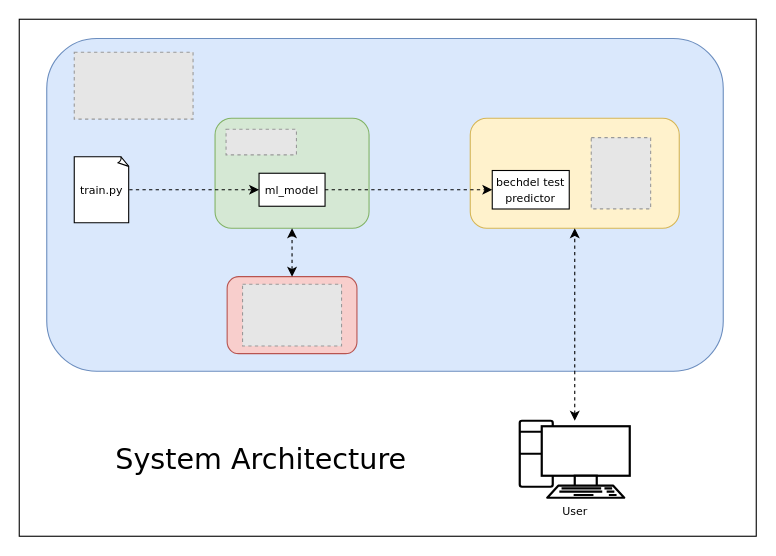
Earlier version of the draw.io diagram docs/diagrams/system_diagram.drawio (nedwebster/bechdel-test-predictor). Source tidied: cells renumbered, new cells numbered last; positions are measured from the earlier drawing's top-left corner, leaving out a move shared by most shapes. Both pictures are drawn from the tidied source at 110%, with x=0, y=0 at pixel (19, 19). Pictures stored in the file or linked from it are replaced by grey dashed boxes.
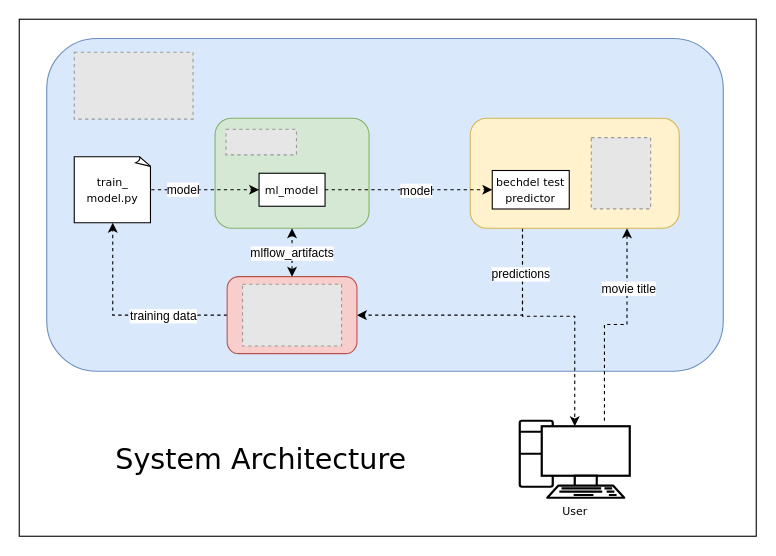
Above is the later version.

Commit message (it also covers changes not shown here):
add logging of model predictions

Unchanged cells that the change refers to:
```xml
<mxCell id="9" style="edgeStyle=none;html=1;entryX=0;entryY=0.5;entryDx=0;entryDy=0;fontSize=10;fontColor=#000000;dashed=1;" parent="1" edge="1" source="5" target="8">
  <mxGeometry relative="1" as="geometry" />
</mxCell>
<mxCell id="10" style="rounded=1;whiteSpace=wrap;html=1;fillColor=#fff2cc;strokeColor=#d6b656;" parent="1" vertex="1">
  <mxGeometry x="410" y="90" width="190" height="100" as="geometry" />
</mxCell>
<mxCell id="13" style="edgeStyle=none;html=1;entryX=0;entryY=0.5;entryDx=0;entryDy=0;dashed=1;fontSize=10;fontColor=#000000;" parent="1" edge="1" source="8" target="12">
  <mxGeometry relative="1" as="geometry" />
</mxCell>
<mxCell id="15" value="User" style="fontColor=#000000;verticalAlign=top;verticalLabelPosition=bottom;labelPosition=center;align=center;html=1;outlineConnect=0;fillColor=#FFFFFF;strokeColor=#000000;gradientColor=none;gradientDirection=north;strokeWidth=2;shape=mxgraph.networks.pc;fontSize=10;fontFamily=Verdana;" parent="1" vertex="1">
  <mxGeometry x="455" y="365" width="100" height="70" as="geometry" />
</mxCell>
<mxCell id="16" style="rounded=1;whiteSpace=wrap;html=1;fillColor=#f8cecc;strokeColor=#b85450;" parent="1" vertex="1">
  <mxGeometry x="189" y="234" width="118" height="70" as="geometry" />
</mxCell>
<mxCell id="17" style="edgeStyle=none;html=1;entryX=0.5;entryY=1;entryDx=0;entryDy=0;startArrow=classic;startFill=1;dashed=1;exitX=0.5;exitY=0;exitDx=0;exitDy=0;" parent="1" edge="1" source="16" target="6">
  <mxGeometry relative="1" as="geometry" />
</mxCell>
```

The edit, as a diff of the source:
```diff
@@
-    <mxCell id="5" value="&lt;font style=&quot;font-size: 10px;&quot; face=&quot;Verdana&quot;&gt;train.py&lt;/font&gt;" style="whiteSpace=wrap;html=1;shape=mxgraph.basic.document;" parent="1" vertex="1">
-      <mxGeometry x="50" y="125" width="50" height="60" as="geometry" />
+    <mxCell id="5" value="&lt;font style=&quot;font-size: 10px;&quot; face=&quot;Verdana&quot;&gt;train_&lt;br&gt;model.py&lt;/font&gt;" style="whiteSpace=wrap;html=1;shape=mxgraph.basic.document;" parent="1" vertex="1">
+      <mxGeometry x="50" y="125" width="70" height="60" as="geometry" />
     </mxCell>
@@
+    <mxCell id="20" value="model" style="edgeLabel;html=1;align=center;verticalAlign=middle;" parent="9" vertex="1">
+      <mxGeometry x="-0.43" y="1" relative="1" as="geometry" />
+    </mxCell>
+    <mxCell id="21" style="edgeStyle=orthogonalEdgeStyle;rounded=0;html=1;exitX=0.25;exitY=1;exitDx=0;exitDy=0;entryX=0.5;entryY=0.07;entryDx=0;entryDy=0;entryPerimeter=0;dashed=1;" parent="1" edge="1" source="10" target="15">
+      <mxGeometry relative="1" as="geometry">
+        <Array as="points">
+          <mxPoint x="458" y="270" />
+          <mxPoint x="505" y="270" />
+        </Array>
+      </mxGeometry>
+    </mxCell>
+    <mxCell id="22" style="edgeStyle=orthogonalEdgeStyle;rounded=0;html=1;entryX=1;entryY=0.5;entryDx=0;entryDy=0;dashed=1;exitX=0.25;exitY=1;exitDx=0;exitDy=0;" parent="1" edge="1" source="10" target="16">
+      <mxGeometry relative="1" as="geometry" />
+    </mxCell>
+    <mxCell id="23" value="predictions" style="edgeLabel;html=1;align=center;verticalAlign=middle;" parent="22" vertex="1">
+      <mxGeometry x="-0.69" y="4" relative="1" as="geometry">
+        <mxPoint x="-6" y="5" as="offset" />
+      </mxGeometry>
+    </mxCell>
@@
+    <mxCell id="24" value="model" style="edgeLabel;html=1;align=center;verticalAlign=middle;" parent="13" vertex="1">
+      <mxGeometry x="-0.09" y="2" relative="1" as="geometry">
+        <mxPoint x="13" y="2" as="offset" />
+      </mxGeometry>
+    </mxCell>
-    <mxCell id="14" style="edgeStyle=none;html=1;entryX=0.5;entryY=1;entryDx=0;entryDy=0;dashed=1;fontSize=10;fontColor=#000000;startArrow=classic;startFill=1;" parent="1" edge="1" source="15" target="10">
+    <mxCell id="14" style="edgeStyle=orthogonalEdgeStyle;rounded=0;html=1;entryX=0.75;entryY=1;entryDx=0;entryDy=0;dashed=1;exitX=0.77;exitY=0;exitDx=0;exitDy=0;exitPerimeter=0;" parent="1" edge="1" source="15" target="10">
       <mxGeometry relative="1" as="geometry" />
     </mxCell>
+    <mxCell id="25" value="movie title" style="edgeLabel;html=1;align=center;verticalAlign=middle;" parent="14" vertex="1">
+      <mxGeometry x="0.44" relative="1" as="geometry">
+        <mxPoint x="1" as="offset" />
+      </mxGeometry>
+    </mxCell>
@@
+    <mxCell id="26" style="edgeStyle=orthogonalEdgeStyle;html=1;entryX=0.5;entryY=1;entryDx=0;entryDy=0;entryPerimeter=0;rounded=0;dashed=1;" parent="1" edge="1" source="16" target="5">
+      <mxGeometry relative="1" as="geometry" />
+    </mxCell>
+    <mxCell id="27" value="training data" style="edgeLabel;html=1;align=center;verticalAlign=middle;" parent="26" vertex="1">
+      <mxGeometry x="-0.14" relative="1" as="geometry">
+        <mxPoint x="22" as="offset" />
+      </mxGeometry>
+    </mxCell>
@@
+    <mxCell id="28" value="mlflow_artifacts" style="edgeLabel;html=1;align=center;verticalAlign=middle;" parent="17" vertex="1">
+      <mxGeometry y="1" relative="1" as="geometry" />
+    </mxCell>
```
